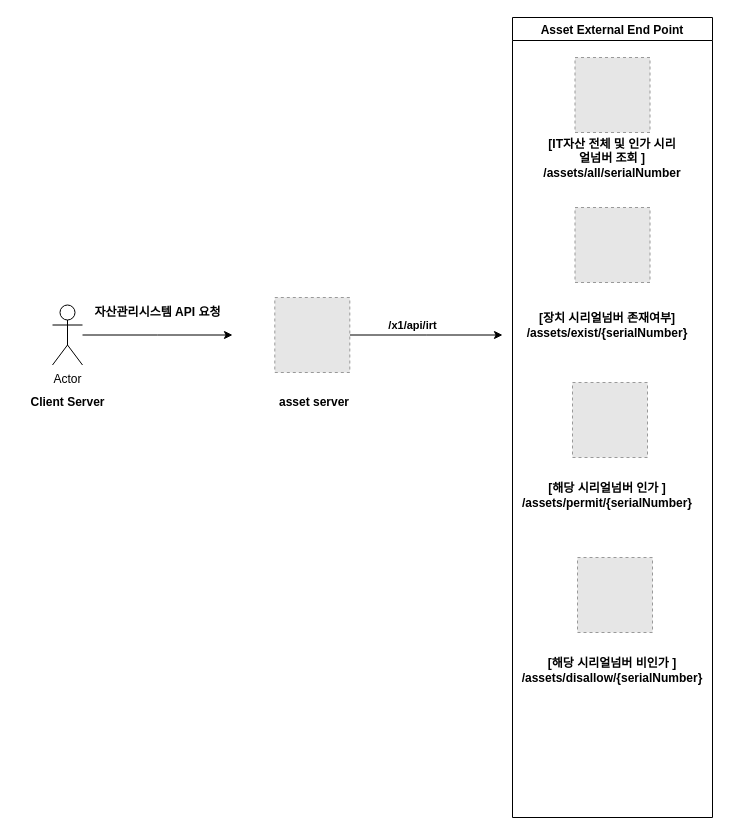
gojunghyo/erd_study keeps this draw.io diagram as page "SOC_IRT_USECASE" (4 of 5) of 제목 없는 다이어그램.drawio. Above is the earlier version. Source tidied: cells renumbered, new cells numbered last; positions are measured from the earlier drawing's top-left corner, leaving out a move shared by most shapes. Both pictures are drawn from the tidied source at 100%, with x=0, y=0 at pixel (17, 17). Pictures stored in the file or linked from it are replaced by grey dashed boxes.
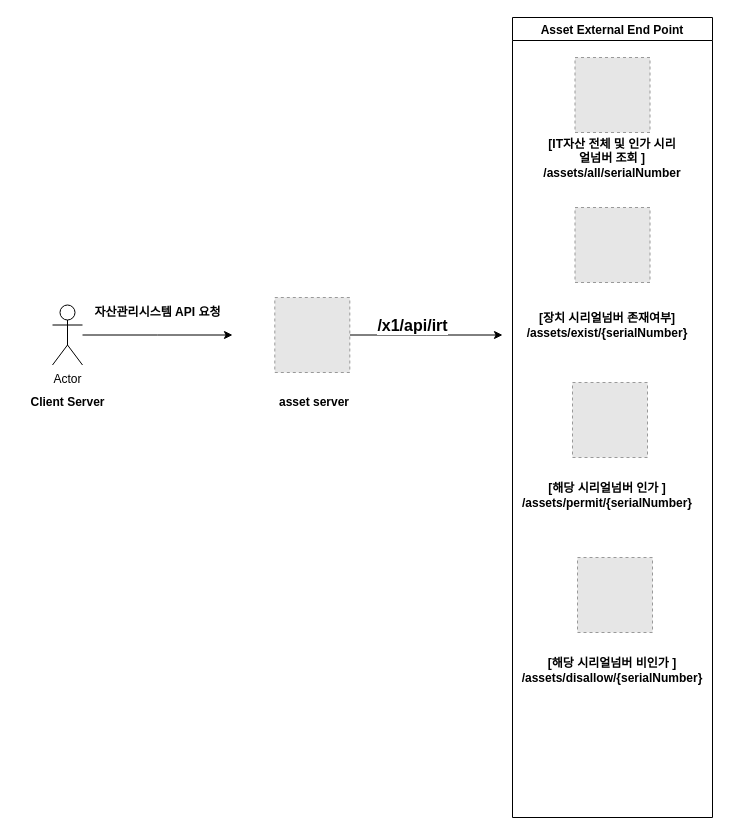
Above is the later version.

Commit message:
제목 없는 다이어그램.drawio 업데이트

The change refers to these unchanged cells:
```xml
<mxCell id="2" style="edgeStyle=orthogonalEdgeStyle;rounded=0;jettySize=auto;html=1;" parent="1" edge="1" source="4">
  <mxGeometry relative="1" as="geometry">
    <mxPoint x="485" y="317.5" as="targetPoint" />
  </mxGeometry>
</mxCell>
```

Diff of the diagram source:
```diff
@@
-    <mxCell id="3" value="/x1/api/irt" style="edgeLabel;html=1;align=center;verticalAlign=middle;fontStyle=1;" parent="2" vertex="1">
+    <mxCell id="3" value="/x1/api/irt" style="edgeLabel;html=1;align=center;verticalAlign=middle;fontStyle=1;fontSize=16;" parent="2" vertex="1">
       <mxGeometry x="-0.19" relative="1" as="geometry">
         <mxPoint y="-10" as="offset" />
       </mxGeometry>
     </mxCell>
```
